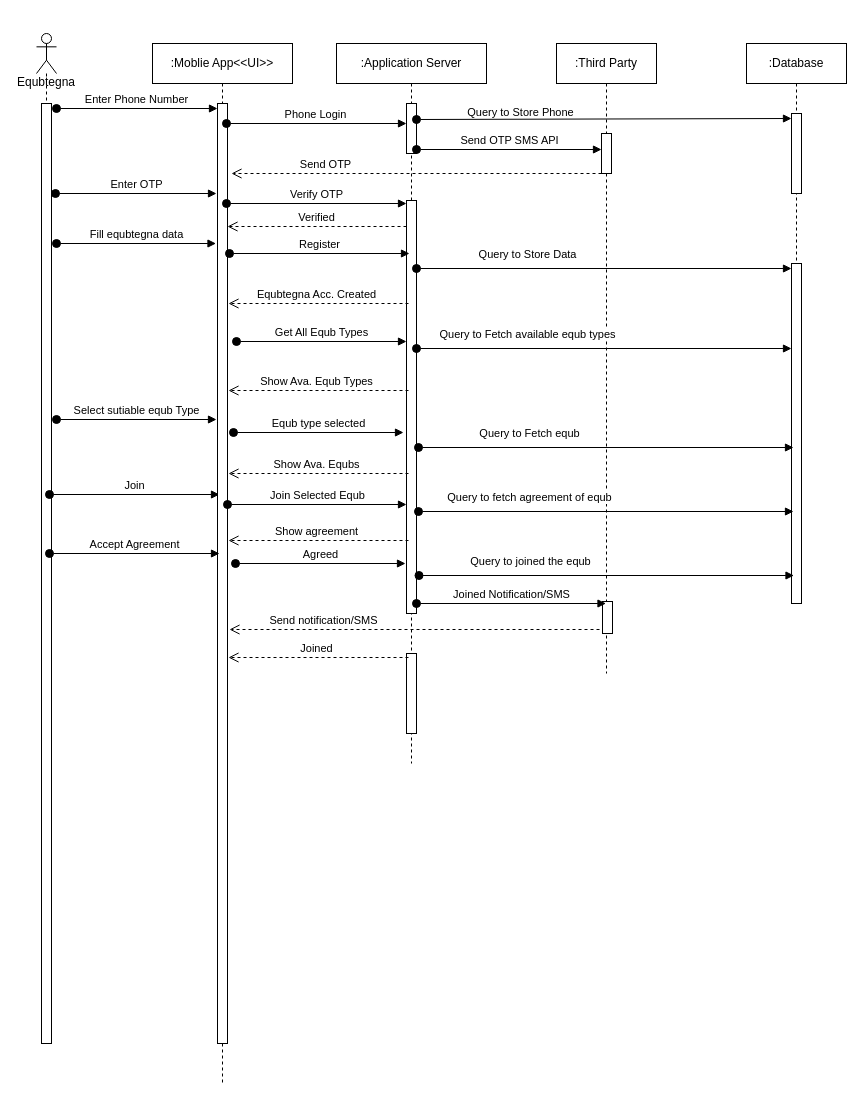
This is page "Page-4" (4 of 4) of Digital Equb DFD.drawio from fasil712/UML_Diagram_Design, a draw.io file, before an edit. Source tidied: cells renumbered, new cells numbered last; positions are measured from the earlier drawing's top-left corner, leaving out a move shared by most shapes. Both pictures are drawn from the tidied source at 100%, with x=0, y=0 at pixel (36, 33).
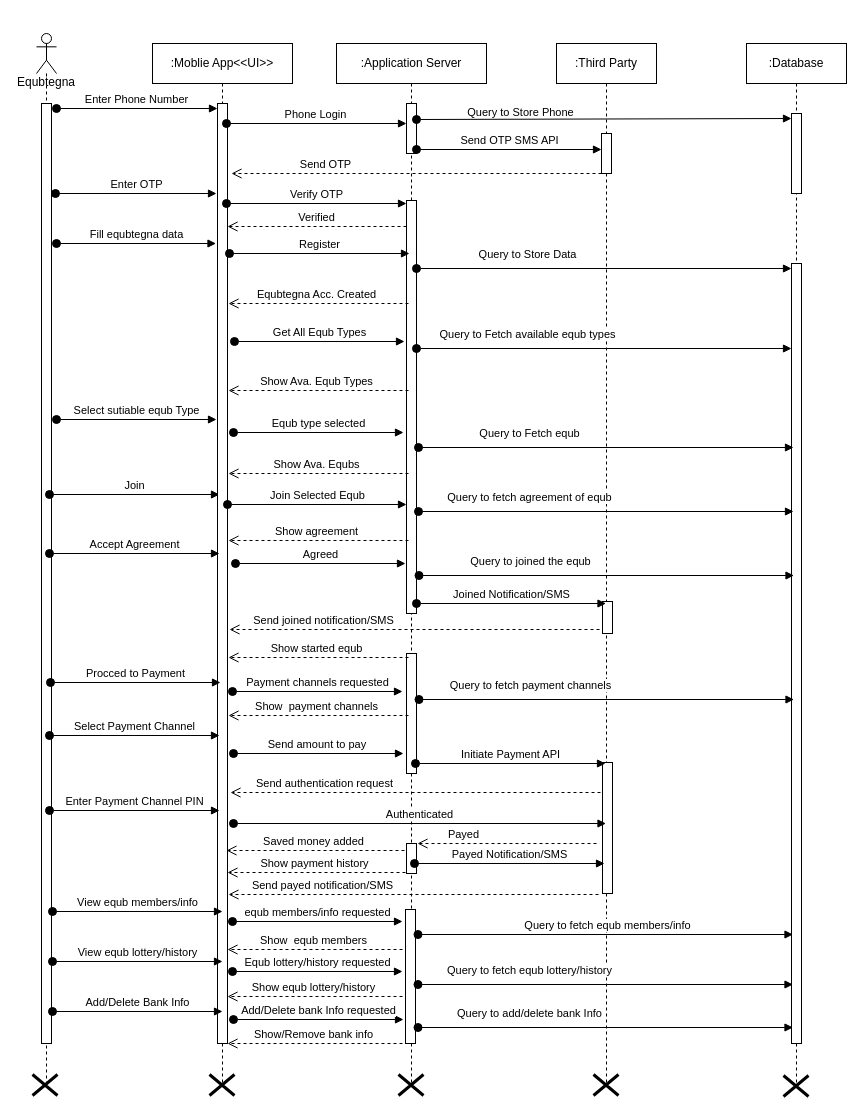
The same page after the edit.

Change to the diagram source:
```diff
@@
     <mxCell id="2" value="&lt;div&gt;&lt;br&gt;&lt;/div&gt;&lt;div&gt;&lt;br&gt;&lt;/div&gt;&lt;div&gt;&lt;br&gt;&lt;/div&gt;&lt;div&gt;&lt;span style=&quot;background-color: transparent; color: light-dark(rgb(0, 0, 0), rgb(255, 255, 255));&quot;&gt;&lt;br&gt;&lt;/span&gt;&lt;/div&gt;&lt;div&gt;&lt;span style=&quot;background-color: transparent; color: light-dark(rgb(0, 0, 0), rgb(255, 255, 255));&quot;&gt;Equbtegna&lt;/span&gt;&lt;/div&gt;" style="shape=umlLifeline;perimeter=lifelinePerimeter;whiteSpace=wrap;html=1;newEdgeStyle={&quot;curved&quot;:0,&quot;rounded&quot;:0};participant=umlActor;size=40;" parent="1" vertex="1">
-      <mxGeometry width="20" height="1010" as="geometry" />
+      <mxGeometry width="20" height="1050" as="geometry" />
     </mxCell>
@@
     <mxCell id="4" value=":Third Party" style="shape=umlLifeline;perimeter=lifelinePerimeter;whiteSpace=wrap;html=1;outlineConnect=0;portConstraint=eastwest;newEdgeStyle={&quot;curved&quot;:0,&quot;rounded&quot;:0};" parent="1" vertex="1">
-      <mxGeometry x="520" y="10" width="100" height="630" as="geometry" />
+      <mxGeometry x="520" y="10" width="100" height="1040" as="geometry" />
     </mxCell>
@@
+    <mxCell id="47" style="html=1;perimeter=orthogonalPerimeter;targetShapes=umlLifeline;newEdgeStyle={&quot;curved&quot;:0,&quot;rounded&quot;:0};" parent="4" vertex="1">
+      <mxGeometry x="46" y="719" width="10" height="131" as="geometry" />
+    </mxCell>
     <mxCell id="7" value=":Application Server" style="shape=umlLifeline;perimeter=lifelinePerimeter;whiteSpace=wrap;html=1;newEdgeStyle={&quot;curved&quot;:0,&quot;rounded&quot;:0};" parent="1" vertex="1">
-      <mxGeometry x="300" y="10" width="150" height="720" as="geometry" />
+      <mxGeometry x="300" y="10" width="150" height="1040" as="geometry" />
     </mxCell>
@@
     <mxCell id="10" style="html=1;perimeter=orthogonalPerimeter;targetShapes=umlLifeline;newEdgeStyle={&quot;curved&quot;:0,&quot;rounded&quot;:0};" parent="7" vertex="1">
-      <mxGeometry x="70" y="610" width="10" height="80" as="geometry" />
+      <mxGeometry x="70" y="610" width="10" height="120" as="geometry" />
     </mxCell>
+    <mxCell id="48" style="html=1;perimeter=orthogonalPerimeter;targetShapes=umlLifeline;newEdgeStyle={&quot;curved&quot;:0,&quot;rounded&quot;:0};" parent="7" vertex="1">
+      <mxGeometry x="70" y="800" width="10" height="30" as="geometry" />
+    </mxCell>
+    <mxCell id="49" style="html=1;perimeter=orthogonalPerimeter;targetShapes=umlLifeline;newEdgeStyle={&quot;curved&quot;:0,&quot;rounded&quot;:0};" parent="7" vertex="1">
+      <mxGeometry x="69" y="866" width="10" height="134" as="geometry" />
+    </mxCell>
     <mxCell id="11" value=":Database" style="shape=umlLifeline;perimeter=lifelinePerimeter;whiteSpace=wrap;html=1;newEdgeStyle={&quot;curved&quot;:0,&quot;rounded&quot;:0};" parent="1" vertex="1">
-      <mxGeometry x="710" y="10" width="100" height="560" as="geometry" />
+      <mxGeometry x="710" y="10" width="100" height="1040" as="geometry" />
     </mxCell>
@@
     <mxCell id="13" style="html=1;points=[[0,0,0,0,5],[0,1,0,0,-5],[1,0,0,0,5],[1,1,0,0,-5]];perimeter=orthogonalPerimeter;outlineConnect=0;targetShapes=umlLifeline;portConstraint=eastwest;newEdgeStyle={&quot;curved&quot;:0,&quot;rounded&quot;:0};" parent="11" vertex="1">
-      <mxGeometry x="45" y="220" width="10" height="340" as="geometry" />
+      <mxGeometry x="45" y="220" width="10" height="780" as="geometry" />
     </mxCell>
@@
     <mxCell id="26" value="Get All Equb Types" style="html=1;verticalAlign=bottom;startArrow=oval;startFill=1;endArrow=block;startSize=8;curved=0;rounded=0;" parent="1" edge="1">
       <mxGeometry relative="1" as="geometry">
-        <mxPoint x="200" y="308" as="sourcePoint" />
-        <mxPoint x="370" y="308" as="targetPoint" />
+        <mxPoint x="198" y="308" as="sourcePoint" />
+        <mxPoint x="368" y="308" as="targetPoint" />
       </mxGeometry>
     </mxCell>
@@
-    <mxCell id="36" value="Joined" style="html=1;verticalAlign=bottom;endArrow=open;dashed=1;endSize=8;curved=0;rounded=0;" parent="1" edge="1">
+    <mxCell id="36" value="Show started equb" style="html=1;verticalAlign=bottom;endArrow=open;dashed=1;endSize=8;curved=0;rounded=0;" parent="1" edge="1">
       <mxGeometry x="0.02" relative="1" as="geometry">
         <mxPoint x="372" y="624" as="sourcePoint" />
         <mxPoint x="192" y="624" as="targetPoint" />
       </mxGeometry>
     </mxCell>
@@
-    <mxCell id="46" value="Send notification/SMS" style="html=1;verticalAlign=bottom;endArrow=open;dashed=1;endSize=8;curved=0;rounded=0;" parent="1" edge="1">
+    <mxCell id="46" value="Send joined notification/SMS" style="html=1;verticalAlign=bottom;endArrow=open;dashed=1;endSize=8;curved=0;rounded=0;" parent="1" edge="1">
       <mxGeometry x="0.49" relative="1" as="geometry">
         <mxPoint x="563" y="596" as="sourcePoint" />
         <mxPoint x="193" y="596" as="targetPoint" />
       </mxGeometry>
     </mxCell>
+    <mxCell id="50" value="Procced to Payment" style="html=1;verticalAlign=bottom;startArrow=oval;startFill=1;endArrow=block;startSize=8;curved=0;rounded=0;" parent="1" edge="1">
+      <mxGeometry relative="1" as="geometry">
+        <mxPoint x="14" y="649" as="sourcePoint" />
+        <mxPoint x="184" y="649" as="targetPoint" />
+      </mxGeometry>
+    </mxCell>
+    <mxCell id="51" value="Payment channels requested" style="html=1;verticalAlign=bottom;startArrow=oval;startFill=1;endArrow=block;startSize=8;curved=0;rounded=0;" parent="1" edge="1">
+      <mxGeometry relative="1" as="geometry">
+        <mxPoint x="196" y="658" as="sourcePoint" />
+        <mxPoint x="366" y="658" as="targetPoint" />
+      </mxGeometry>
+    </mxCell>
+    <mxCell id="52" value="Query to fetch payment channels" style="html=1;verticalAlign=bottom;startArrow=oval;endArrow=block;startSize=8;curved=0;rounded=0;entryX=0;entryY=0;entryDx=0;entryDy=5;" parent="1" edge="1">
+      <mxGeometry x="-0.41" y="5" relative="1" as="geometry">
+        <mxPoint x="382.5" y="666" as="sourcePoint" />
+        <mxPoint x="757.5" y="666" as="targetPoint" />
+      </mxGeometry>
+    </mxCell>
+    <mxCell id="53" value="Show&amp;nbsp; payment channels" style="html=1;verticalAlign=bottom;endArrow=open;dashed=1;endSize=8;curved=0;rounded=0;" parent="1" edge="1">
+      <mxGeometry x="0.02" relative="1" as="geometry">
+        <mxPoint x="372" y="682" as="sourcePoint" />
+        <mxPoint x="192" y="682" as="targetPoint" />
+      </mxGeometry>
+    </mxCell>
+    <mxCell id="54" value="Select Payment Channel" style="html=1;verticalAlign=bottom;startArrow=oval;startFill=1;endArrow=block;startSize=8;curved=0;rounded=0;" parent="1" edge="1">
+      <mxGeometry relative="1" as="geometry">
+        <mxPoint x="13" y="702" as="sourcePoint" />
+        <mxPoint x="183" y="702" as="targetPoint" />
+      </mxGeometry>
+    </mxCell>
+    <mxCell id="55" style="shape=umlDestroy;whiteSpace=wrap;html=1;strokeWidth=3;targetShapes=umlLifeline;" parent="1" vertex="1">
+      <mxGeometry x="-4" y="1041" width="25" height="21" as="geometry" />
+    </mxCell>
+    <mxCell id="56" style="shape=umlDestroy;whiteSpace=wrap;html=1;strokeWidth=3;targetShapes=umlLifeline;" parent="1" vertex="1">
+      <mxGeometry x="173" y="1041" width="25" height="21" as="geometry" />
+    </mxCell>
+    <mxCell id="57" style="shape=umlDestroy;whiteSpace=wrap;html=1;strokeWidth=3;targetShapes=umlLifeline;" parent="1" vertex="1">
+      <mxGeometry x="747" y="1042" width="25" height="21" as="geometry" />
+    </mxCell>
+    <mxCell id="58" value="Initiate Payment API" style="html=1;verticalAlign=bottom;startArrow=oval;startFill=1;endArrow=block;startSize=8;curved=0;rounded=0;" parent="1" edge="1">
+      <mxGeometry relative="1" as="geometry">
+        <mxPoint x="379" y="730" as="sourcePoint" />
+        <mxPoint x="569" y="730" as="targetPoint" />
+      </mxGeometry>
+    </mxCell>
+    <mxCell id="59" value="Saved money added" style="html=1;verticalAlign=bottom;endArrow=open;dashed=1;endSize=8;curved=0;rounded=0;" parent="1" edge="1">
+      <mxGeometry x="0.02" relative="1" as="geometry">
+        <mxPoint x="368" y="817" as="sourcePoint" />
+        <mxPoint x="190" y="817" as="targetPoint" />
+      </mxGeometry>
+    </mxCell>
+    <mxCell id="60" value="Send amount to pay&amp;nbsp;" style="html=1;verticalAlign=bottom;startArrow=oval;startFill=1;endArrow=block;startSize=8;curved=0;rounded=0;" parent="1" edge="1">
+      <mxGeometry relative="1" as="geometry">
+        <mxPoint x="197" y="720" as="sourcePoint" />
+        <mxPoint x="367" y="720" as="targetPoint" />
+      </mxGeometry>
+    </mxCell>
+    <mxCell id="61" value="Send authentication request" style="html=1;verticalAlign=bottom;endArrow=open;dashed=1;endSize=8;curved=0;rounded=0;" parent="1" edge="1">
+      <mxGeometry x="0.49" relative="1" as="geometry">
+        <mxPoint x="564" y="759" as="sourcePoint" />
+        <mxPoint x="194" y="759" as="targetPoint" />
+      </mxGeometry>
+    </mxCell>
+    <mxCell id="62" value="Enter Payment Channel PIN" style="html=1;verticalAlign=bottom;startArrow=oval;startFill=1;endArrow=block;startSize=8;curved=0;rounded=0;" parent="1" edge="1">
+      <mxGeometry relative="1" as="geometry">
+        <mxPoint x="13" y="777" as="sourcePoint" />
+        <mxPoint x="183" y="777" as="targetPoint" />
+      </mxGeometry>
+    </mxCell>
+    <mxCell id="63" value="Authenticated" style="html=1;verticalAlign=bottom;startArrow=oval;startFill=1;endArrow=block;startSize=8;curved=0;rounded=0;" parent="1" edge="1" target="4">
+      <mxGeometry relative="1" as="geometry">
+        <mxPoint x="197" y="790" as="sourcePoint" />
+      </mxGeometry>
+    </mxCell>
+    <mxCell id="64" value="Payed" style="html=1;verticalAlign=bottom;endArrow=open;dashed=1;endSize=8;curved=0;rounded=0;" parent="1" edge="1">
+      <mxGeometry x="0.49" relative="1" as="geometry">
+        <mxPoint x="560" y="810" as="sourcePoint" />
+        <mxPoint x="381" y="810" as="targetPoint" />
+      </mxGeometry>
+    </mxCell>
+    <mxCell id="65" value="Send payed notification/SMS" style="html=1;verticalAlign=bottom;endArrow=open;dashed=1;endSize=8;curved=0;rounded=0;" parent="1" edge="1">
+      <mxGeometry x="0.49" relative="1" as="geometry">
+        <mxPoint x="562" y="861" as="sourcePoint" />
+        <mxPoint x="192" y="861" as="targetPoint" />
+      </mxGeometry>
+    </mxCell>
+    <mxCell id="66" value="Payed Notification/SMS" style="html=1;verticalAlign=bottom;startArrow=oval;startFill=1;endArrow=block;startSize=8;curved=0;rounded=0;" parent="1" edge="1">
+      <mxGeometry relative="1" as="geometry">
+        <mxPoint x="378" y="830" as="sourcePoint" />
+        <mxPoint x="568" y="830" as="targetPoint" />
+      </mxGeometry>
+    </mxCell>
+    <mxCell id="67" value="View equb members/info" style="html=1;verticalAlign=bottom;startArrow=oval;startFill=1;endArrow=block;startSize=8;curved=0;rounded=0;" parent="1" edge="1">
+      <mxGeometry relative="1" as="geometry">
+        <mxPoint x="16" y="878" as="sourcePoint" />
+        <mxPoint x="186" y="878" as="targetPoint" />
+      </mxGeometry>
+    </mxCell>
+    <mxCell id="68" style="shape=umlDestroy;whiteSpace=wrap;html=1;strokeWidth=3;targetShapes=umlLifeline;" parent="1" vertex="1">
+      <mxGeometry x="362" y="1041" width="25" height="21" as="geometry" />
+    </mxCell>
+    <mxCell id="69" style="shape=umlDestroy;whiteSpace=wrap;html=1;strokeWidth=3;targetShapes=umlLifeline;" parent="1" vertex="1">
+      <mxGeometry x="557" y="1041" width="25" height="21" as="geometry" />
+    </mxCell>
+    <mxCell id="70" value="equb members/info requested" style="html=1;verticalAlign=bottom;startArrow=oval;startFill=1;endArrow=block;startSize=8;curved=0;rounded=0;" parent="1" edge="1">
+      <mxGeometry relative="1" as="geometry">
+        <mxPoint x="196" y="888" as="sourcePoint" />
+        <mxPoint x="366" y="888" as="targetPoint" />
+      </mxGeometry>
+    </mxCell>
+    <mxCell id="71" value="Query to fetch equb members/info" style="html=1;verticalAlign=bottom;startArrow=oval;endArrow=block;startSize=8;curved=0;rounded=0;entryX=0;entryY=0;entryDx=0;entryDy=5;" parent="1" edge="1">
+      <mxGeometry x="0.01" relative="1" as="geometry">
+        <mxPoint x="381.5" y="901" as="sourcePoint" />
+        <mxPoint x="756.5" y="901" as="targetPoint" />
+      </mxGeometry>
+    </mxCell>
+    <mxCell id="72" value="Show&amp;nbsp; equb members" style="html=1;verticalAlign=bottom;endArrow=open;dashed=1;endSize=8;curved=0;rounded=0;" parent="1" edge="1">
+      <mxGeometry x="0.02" relative="1" as="geometry">
+        <mxPoint x="366" y="916" as="sourcePoint" />
+        <mxPoint x="191" y="916" as="targetPoint" />
+      </mxGeometry>
+    </mxCell>
+    <mxCell id="73" value="View equb lottery/history" style="html=1;verticalAlign=bottom;startArrow=oval;startFill=1;endArrow=block;startSize=8;curved=0;rounded=0;" parent="1" edge="1">
+      <mxGeometry relative="1" as="geometry">
+        <mxPoint x="16" y="928" as="sourcePoint" />
+        <mxPoint x="186" y="928" as="targetPoint" />
+      </mxGeometry>
+    </mxCell>
+    <mxCell id="74" value="Equb lottery/history requested" style="html=1;verticalAlign=bottom;startArrow=oval;startFill=1;endArrow=block;startSize=8;curved=0;rounded=0;" parent="1" edge="1">
+      <mxGeometry relative="1" as="geometry">
+        <mxPoint x="196" y="938" as="sourcePoint" />
+        <mxPoint x="366" y="938" as="targetPoint" />
+      </mxGeometry>
+    </mxCell>
+    <mxCell id="75" value="Query to fetch equb lottery/history" style="html=1;verticalAlign=bottom;startArrow=oval;endArrow=block;startSize=8;curved=0;rounded=0;entryX=0;entryY=0;entryDx=0;entryDy=5;" parent="1" edge="1">
+      <mxGeometry x="-0.41" y="5" relative="1" as="geometry">
+        <mxPoint x="381.5" y="951" as="sourcePoint" />
+        <mxPoint x="756.5" y="951" as="targetPoint" />
+      </mxGeometry>
+    </mxCell>
+    <mxCell id="76" value="Show equb lottery/history" style="html=1;verticalAlign=bottom;endArrow=open;dashed=1;endSize=8;curved=0;rounded=0;" parent="1" edge="1">
+      <mxGeometry x="0.02" relative="1" as="geometry">
+        <mxPoint x="366" y="963" as="sourcePoint" />
+        <mxPoint x="191" y="963" as="targetPoint" />
+      </mxGeometry>
+    </mxCell>
+    <mxCell id="77" value="Show payment history" style="html=1;verticalAlign=bottom;endArrow=open;dashed=1;endSize=8;curved=0;rounded=0;" parent="1" edge="1">
+      <mxGeometry x="0.02" relative="1" as="geometry">
+        <mxPoint x="369" y="839" as="sourcePoint" />
+        <mxPoint x="191" y="839" as="targetPoint" />
+      </mxGeometry>
+    </mxCell>
+    <mxCell id="78" value="Add/Delete Bank Info" style="html=1;verticalAlign=bottom;startArrow=oval;startFill=1;endArrow=block;startSize=8;curved=0;rounded=0;" parent="1" edge="1">
+      <mxGeometry relative="1" as="geometry">
+        <mxPoint x="16" y="978" as="sourcePoint" />
+        <mxPoint x="186" y="978" as="targetPoint" />
+      </mxGeometry>
+    </mxCell>
+    <mxCell id="79" value="Add/Delete bank Info&amp;nbsp;requested" style="html=1;verticalAlign=bottom;startArrow=oval;startFill=1;endArrow=block;startSize=8;curved=0;rounded=0;" parent="1" edge="1">
+      <mxGeometry relative="1" as="geometry">
+        <mxPoint x="197" y="986" as="sourcePoint" />
+        <mxPoint x="367" y="986" as="targetPoint" />
+      </mxGeometry>
+    </mxCell>
+    <mxCell id="80" value="Query to add/delete bank Info" style="html=1;verticalAlign=bottom;startArrow=oval;endArrow=block;startSize=8;curved=0;rounded=0;entryX=0;entryY=0;entryDx=0;entryDy=5;" parent="1" edge="1">
+      <mxGeometry x="-0.41" y="5" relative="1" as="geometry">
+        <mxPoint x="381.5" y="994" as="sourcePoint" />
+        <mxPoint x="756.5" y="994" as="targetPoint" />
+      </mxGeometry>
+    </mxCell>
+    <mxCell id="81" value="Show/Remove bank info" style="html=1;verticalAlign=bottom;endArrow=open;dashed=1;endSize=8;curved=0;rounded=0;" parent="1" edge="1">
+      <mxGeometry x="0.02" relative="1" as="geometry">
+        <mxPoint x="366" y="1010" as="sourcePoint" />
+        <mxPoint x="191" y="1010" as="targetPoint" />
+      </mxGeometry>
+    </mxCell>
```
